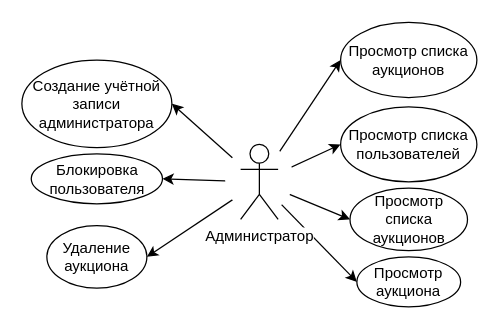
Earlier version of the draw.io diagram Diagrams/Use-Case/Administrator Use-Case Diagram.drawio (Fake-Make/Au). Source tidied: cells renumbered, new cells numbered last; positions are measured from the earlier drawing's top-left corner, leaving out a move shared by most shapes. Both pictures are drawn from the tidied source at 125%, with x=0, y=0 at pixel (21, 22).
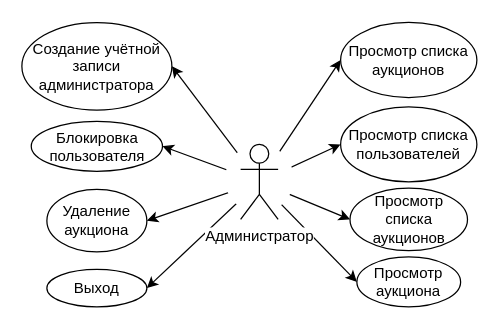
After the change.

Diff of the diagram source:
```diff
@@
 <mxGraphModel>
   <root>
     <mxCell id="0" />
     <mxCell id="1" parent="0" />
+    <mxCell id="18" style="endArrow=classic;html=1;entryX=1;entryY=0.5;entryDx=0;entryDy=0;exitX=0.5;exitY=0.5;exitDx=0;exitDy=0;exitPerimeter=0;" parent="1" edge="1" source="15" target="19">
+      <mxGeometry relative="1" as="geometry" />
+    </mxCell>
     <mxCell id="2" style="endArrow=classic;html=1;entryX=0;entryY=0.5;entryDx=0;entryDy=0;exitX=0.5;exitY=0.5;exitDx=0;exitDy=0;exitPerimeter=0;" parent="1" edge="1" source="15" target="17">
       <mxGeometry relative="1" as="geometry" />
     </mxCell>
     <mxCell id="3" style="endArrow=classic;html=1;entryX=0;entryY=0.5;entryDx=0;entryDy=0;exitX=0.5;exitY=0.5;exitDx=0;exitDy=0;exitPerimeter=0;" parent="1" edge="1" source="15" target="16">
       <mxGeometry relative="1" as="geometry" />
     </mxCell>
     <mxCell id="4" style="endArrow=classic;html=1;entryX=1;entryY=0.5;entryDx=0;entryDy=0;exitX=0.5;exitY=0.5;exitDx=0;exitDy=0;exitPerimeter=0;" parent="1" edge="1" source="15" target="11">
       <mxGeometry relative="1" as="geometry" />
     </mxCell>
     <mxCell id="5" style="endArrow=classic;html=1;entryX=1;entryY=0.5;entryDx=0;entryDy=0;exitX=0.5;exitY=0.5;exitDx=0;exitDy=0;exitPerimeter=0;" parent="1" edge="1" source="15" target="12">
       <mxGeometry relative="1" as="geometry" />
     </mxCell>
     <mxCell id="6" style="endArrow=classic;html=1;entryX=1;entryY=0.5;entryDx=0;entryDy=0;exitX=0.5;exitY=0.5;exitDx=0;exitDy=0;exitPerimeter=0;" parent="1" edge="1" source="15" target="13">
       <mxGeometry relative="1" as="geometry" />
     </mxCell>
     <mxCell id="7" style="endArrow=classic;html=1;entryX=0;entryY=0.5;entryDx=0;entryDy=0;exitX=0.5;exitY=0.5;exitDx=0;exitDy=0;exitPerimeter=0;" parent="1" edge="1" source="15" target="10">
       <mxGeometry relative="1" as="geometry" />
     </mxCell>
     <mxCell id="8" style="endArrow=classic;html=1;entryX=0;entryY=0.5;entryDx=0;entryDy=0;exitX=0.5;exitY=0.5;exitDx=0;exitDy=0;exitPerimeter=0;" parent="1" edge="1" source="15" target="14">
       <mxGeometry relative="1" as="geometry" />
     </mxCell>
     <mxCell id="9" style="ellipse;whiteSpace=wrap;html=1;strokeColor=none;" parent="1" vertex="1">
       <mxGeometry x="162.5" y="97" width="55" height="55" as="geometry" />
     </mxCell>
     <mxCell id="10" value="Просмотр списка пользователей&lt;br&gt;" style="ellipse;whiteSpace=wrap;html=1;" parent="1" vertex="1">
       <mxGeometry x="255" y="67" width="109" height="60" as="geometry" />
     </mxCell>
     <mxCell id="11" value="Создание учётной записи&lt;br&gt;администратора&lt;br&gt;" style="ellipse;whiteSpace=wrap;html=1;" parent="1" vertex="1">
-      <mxGeometry y="29.5" width="120" height="70" as="geometry" />
+      <mxGeometry y="-0.5" width="120" height="70" as="geometry" />
     </mxCell>
     <mxCell id="12" value="Блокировка пользователя" style="ellipse;whiteSpace=wrap;html=1;" parent="1" vertex="1">
-      <mxGeometry x="7.5" y="104.5" width="105" height="40" as="geometry" />
+      <mxGeometry x="7.5" y="78.5" width="105" height="40" as="geometry" />
     </mxCell>
     <mxCell id="13" value="Удаление аукциона" style="ellipse;whiteSpace=wrap;html=1;" parent="1" vertex="1">
-      <mxGeometry x="20" y="162" width="80" height="50" as="geometry" />
+      <mxGeometry x="20" y="133" width="80" height="50" as="geometry" />
     </mxCell>
     <mxCell id="14" value="Просмотр списка аукционов" style="ellipse;whiteSpace=wrap;html=1;" parent="1" vertex="1">
       <mxGeometry x="262.5" y="132" width="94" height="50" as="geometry" />
     </mxCell>
     <mxCell id="15" value="Администратор" style="shape=umlActor;verticalLabelPosition=bottom;labelBackgroundColor=#ffffff;verticalAlign=top;html=1;outlineConnect=0;" parent="1" vertex="1">
       <mxGeometry x="175" y="97" width="30" height="60" as="geometry" />
     </mxCell>
     <mxCell id="16" value="Просмотр списка аукционов&lt;br&gt;" style="ellipse;whiteSpace=wrap;html=1;" parent="1" vertex="1">
       <mxGeometry x="255" y="-0.5" width="109" height="60" as="geometry" />
     </mxCell>
     <mxCell id="17" value="Просмотр аукциона&lt;br&gt;" style="ellipse;whiteSpace=wrap;html=1;" parent="1" vertex="1">
       <mxGeometry x="268" y="187" width="83" height="40" as="geometry" />
     </mxCell>
+    <mxCell id="19" value="Выход&lt;br&gt;" style="ellipse;whiteSpace=wrap;html=1;" parent="1" vertex="1">
+      <mxGeometry x="20" y="197" width="80" height="30" as="geometry" />
+    </mxCell>
   </root>
 </mxGraphModel>
```
